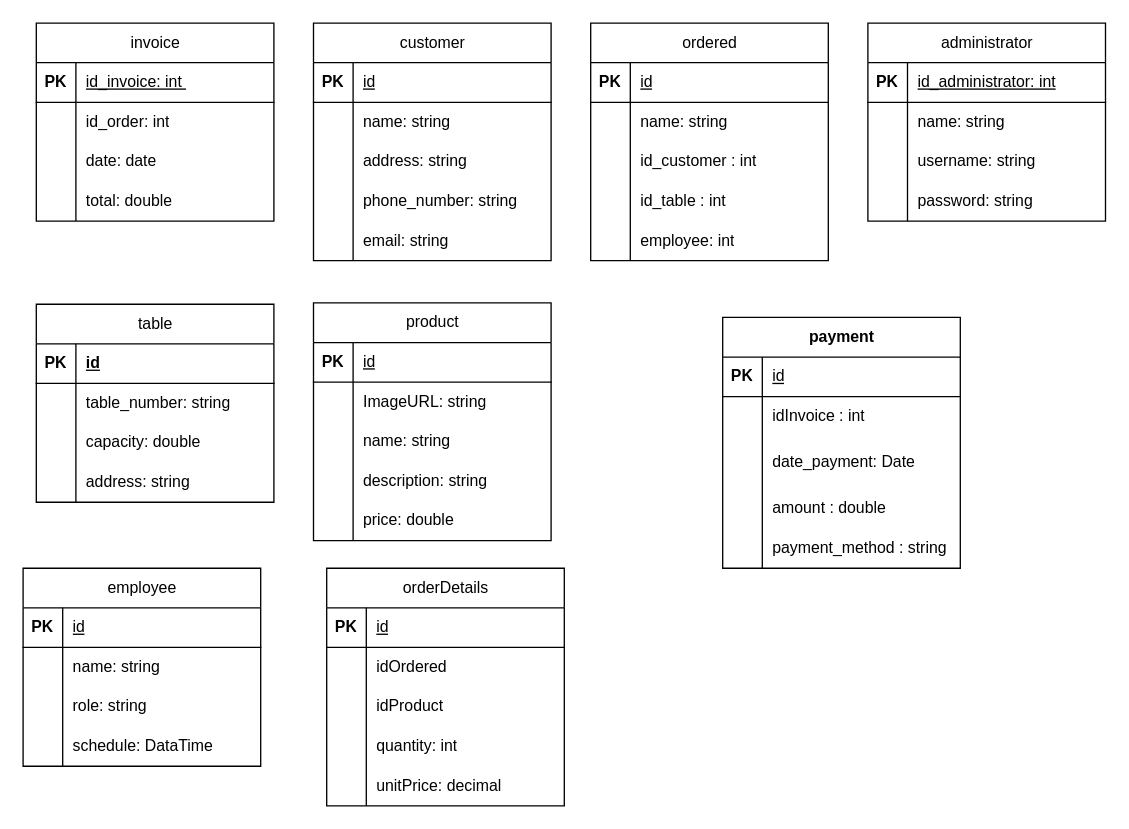
Before: page "ER" (2 of 3) of Documents/Diagrama sin título.drawio in KevinAlvarezD/RestAdmin, a draw.io diagram. Source tidied: cells renumbered, new cells numbered last; positions are measured from the earlier drawing's top-left corner, leaving out a move shared by most shapes. Both pictures are drawn from the tidied source at 132%, with x=0, y=0 at pixel (22, 22).
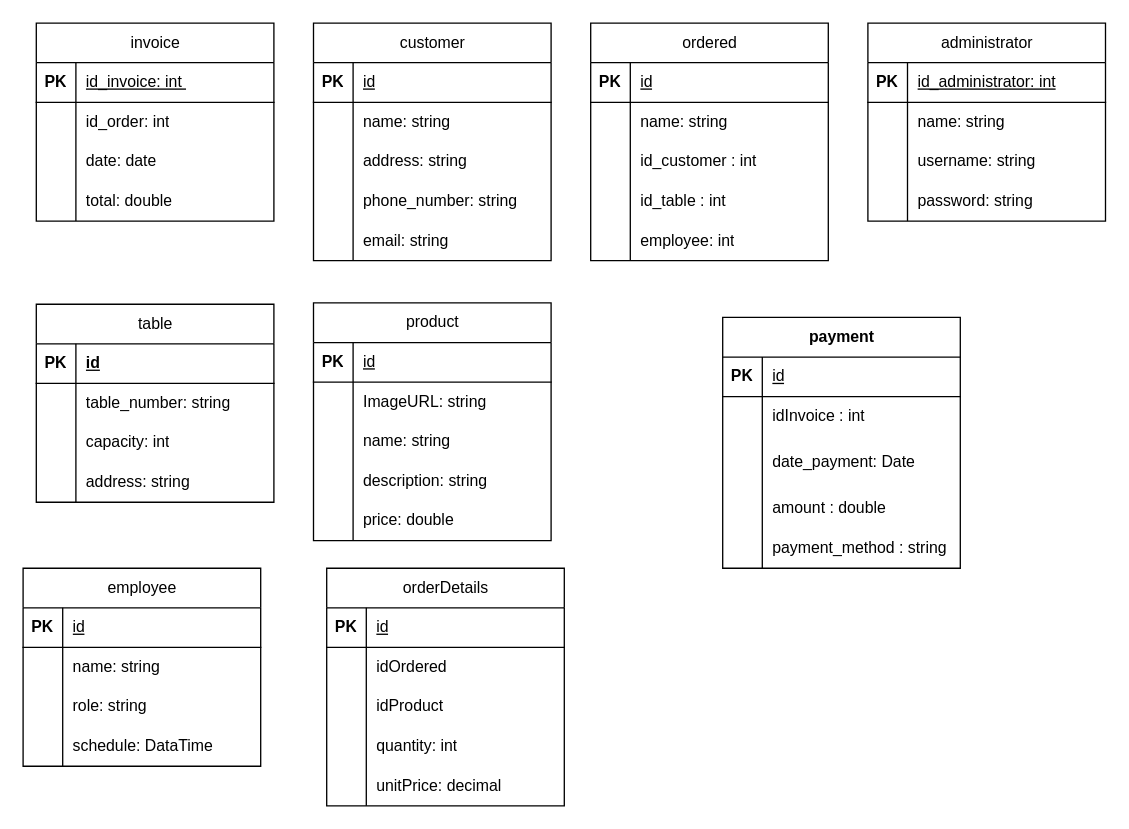
The same diagram, later.

Unchanged cells that the change refers to:
```xml
<mxCell id="54" style="shape=tableRow;horizontal=0;startSize=0;swimlaneHead=0;swimlaneBody=0;fillColor=none;top=0;left=0;right=0;bottom=0;" parent="47" vertex="1">
  <mxGeometry y="90" width="180" height="30" as="geometry" />
</mxCell>
```

What changed in the source:
```diff
@@
-    <mxCell id="56" value="&lt;span style=&quot;text-wrap: nowrap;&quot;&gt;capacity: double&lt;/span&gt;" style="shape=partialRectangle;fillColor=none;top=0;left=0;bottom=0;right=0;align=left;spacingLeft=6;overflow=hidden;whiteSpace=wrap;html=1;" parent="54" vertex="1">
+    <mxCell id="56" value="&lt;span style=&quot;text-wrap: nowrap;&quot;&gt;capacity: int&lt;/span&gt;" style="shape=partialRectangle;fillColor=none;top=0;left=0;bottom=0;right=0;align=left;spacingLeft=6;overflow=hidden;whiteSpace=wrap;html=1;" parent="54" vertex="1">
       <mxGeometry x="30" width="150" height="30" as="geometry" />
     </mxCell>
```
